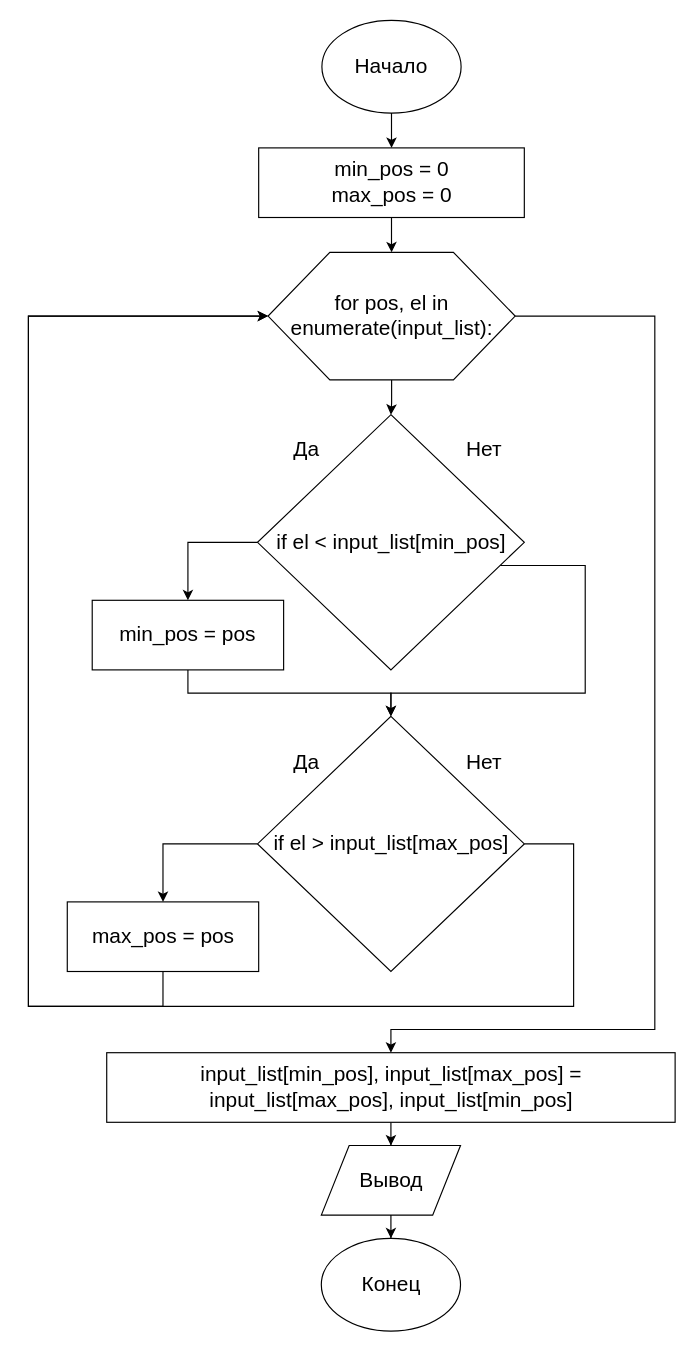
This is page "Task 3" (3 of 5) of GB_Algorythms/HW/Lesson_3.drawio from alex-kalinichenko/misc, a draw.io file, before an edit. Source tidied: cells renumbered, new cells numbered last; positions are measured from the earlier drawing's top-left corner, leaving out a move shared by most shapes. Both pictures are drawn from the tidied source at 116%, with x=0, y=0 at pixel (28, 20).
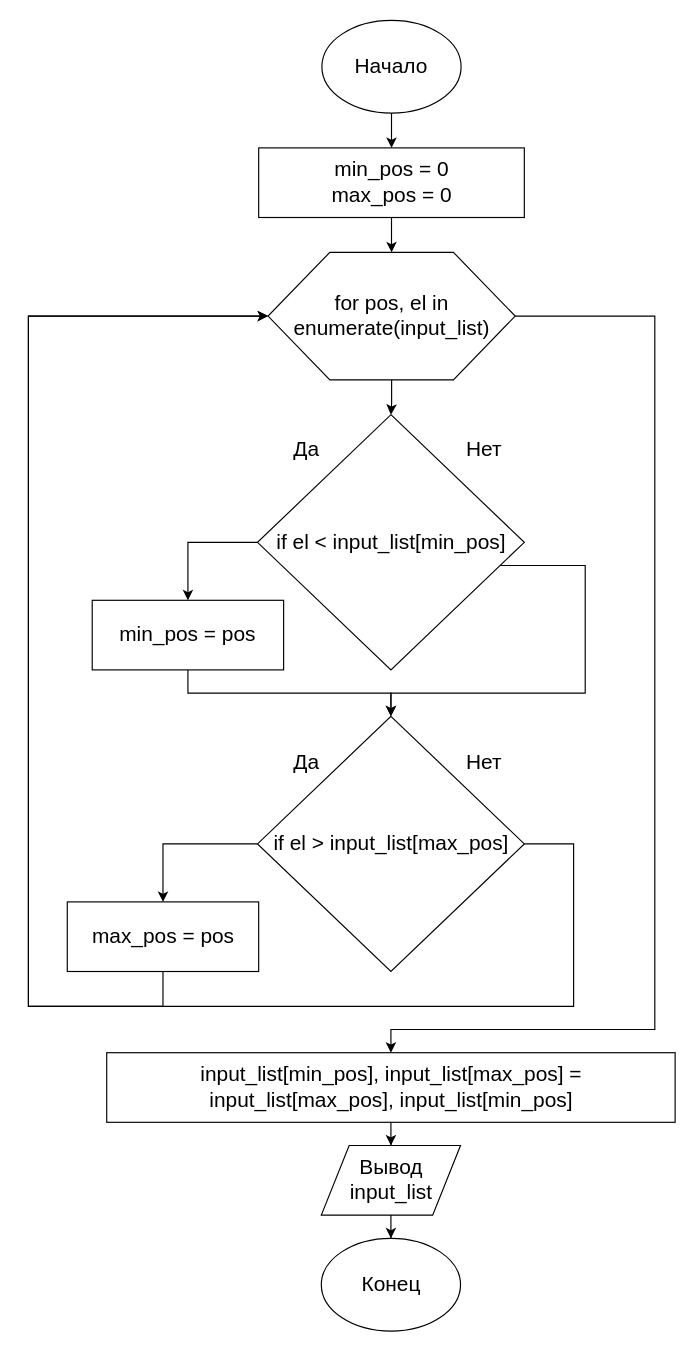
The same page after the edit.

What changed in the source:
```diff
@@
-    <mxCell id="6" value="for pos, el in enumerate(input_list):" style="shape=hexagon;perimeter=hexagonPerimeter2;whiteSpace=wrap;html=1;fontSize=18;" parent="1" vertex="1">
+    <mxCell id="6" value="for pos, el in enumerate(input_list)" style="shape=hexagon;perimeter=hexagonPerimeter2;whiteSpace=wrap;html=1;fontSize=18;" parent="1" vertex="1">
       <mxGeometry x="206.6" y="200" width="213" height="110" as="geometry" />
     </mxCell>
@@
-    <mxCell id="26" value="Вывод" style="shape=parallelogram;perimeter=parallelogramPerimeter;whiteSpace=wrap;html=1;fontSize=18;" parent="1" vertex="1">
+    <mxCell id="26" value="Вывод&lt;br&gt;input_list" style="shape=parallelogram;perimeter=parallelogramPerimeter;whiteSpace=wrap;html=1;fontSize=18;" parent="1" vertex="1">
       <mxGeometry x="252.5" y="970" width="120" height="60" as="geometry" />
     </mxCell>
```
